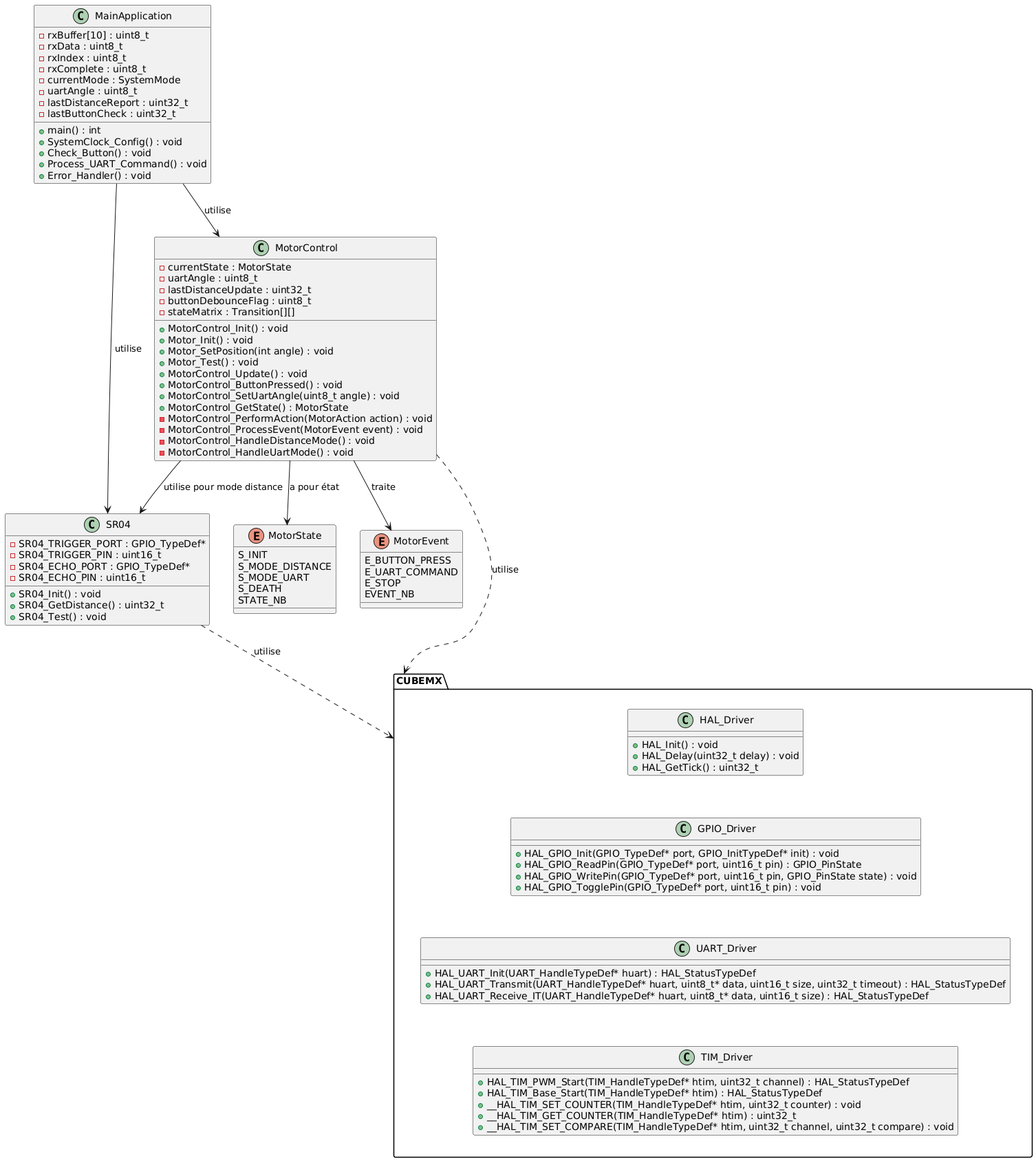
The PlantUML diagram diagramme_classe.png in TomSilfInk/CUBEMX_Project, before a commit.
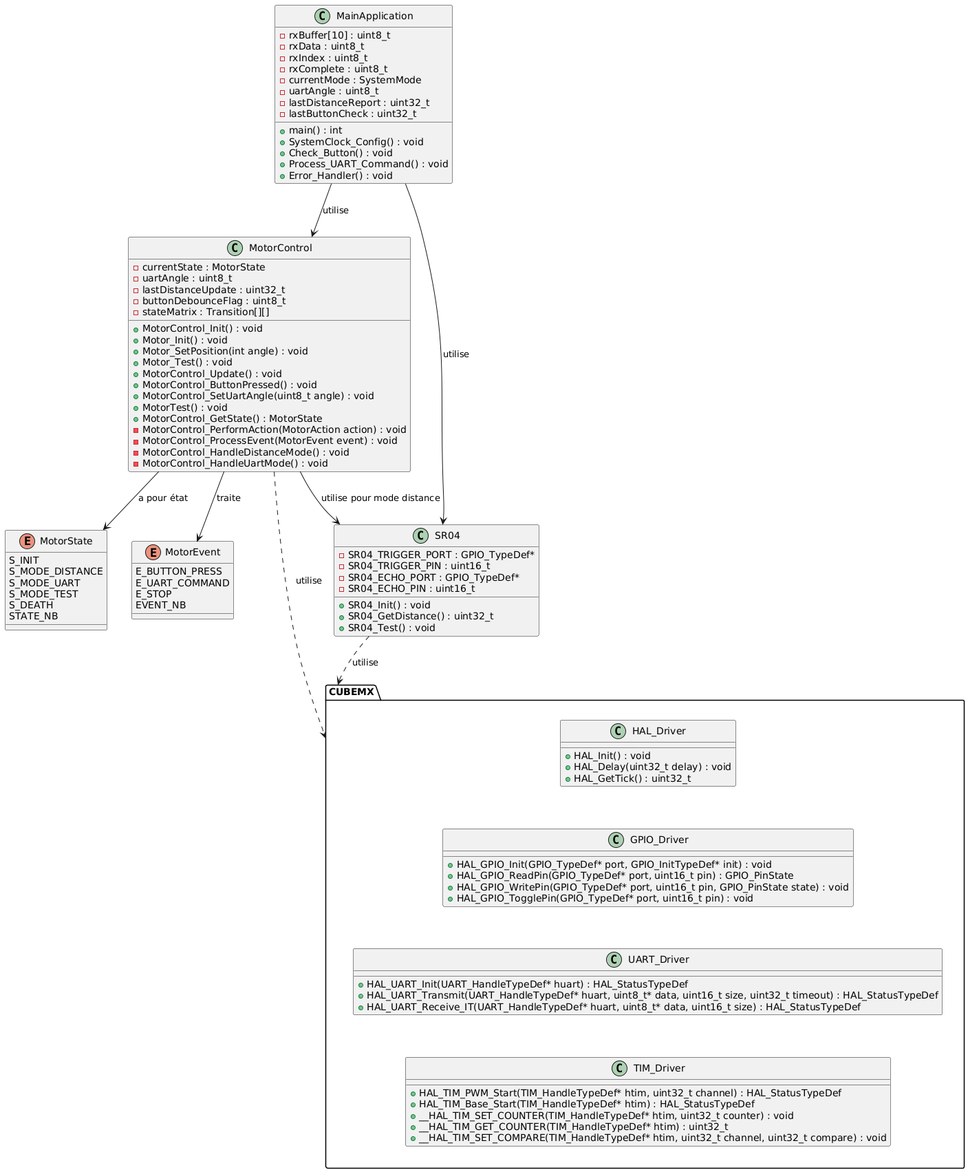
The same diagram one commit later.

Commit message:
Maj diagramme

Diff of the diagram source:
```diff
@@ -35,20 +35,12 @@
   GPIO_Driver -[hidden]d-> UART_Driver
   UART_Driver -[hidden]d-> TIM_Driver
 }
-class SR04 {
-  - SR04_TRIGGER_PORT : GPIO_TypeDef*
-  - SR04_TRIGGER_PIN : uint16_t
-  - SR04_ECHO_PORT : GPIO_TypeDef*
-  - SR04_ECHO_PIN : uint16_t
-  + SR04_Init() : void
-  + SR04_GetDistance() : uint32_t
-  + SR04_Test() : void
-}
 
 enum MotorState {
   S_INIT
   S_MODE_DISTANCE
   S_MODE_UART
+  S_MODE_TEST
   S_DEATH
   STATE_NB
 }
@@ -73,11 +65,22 @@
   + MotorControl_Update() : void
   + MotorControl_ButtonPressed() : void
   + MotorControl_SetUartAngle(uint8_t angle) : void
+  + MotorTest() : void
   + MotorControl_GetState() : MotorState
   - MotorControl_PerformAction(MotorAction action) : void
   - MotorControl_ProcessEvent(MotorEvent event) : void
   - MotorControl_HandleDistanceMode() : void
   - MotorControl_HandleUartMode() : void
+}
+
+class SR04 {
+  - SR04_TRIGGER_PORT : GPIO_TypeDef*
+  - SR04_TRIGGER_PIN : uint16_t
+  - SR04_ECHO_PORT : GPIO_TypeDef*
+  - SR04_ECHO_PIN : uint16_t
+  + SR04_Init() : void
+  + SR04_GetDistance() : uint32_t
+  + SR04_Test() : void
 }
 
 class MainApplication {
```
